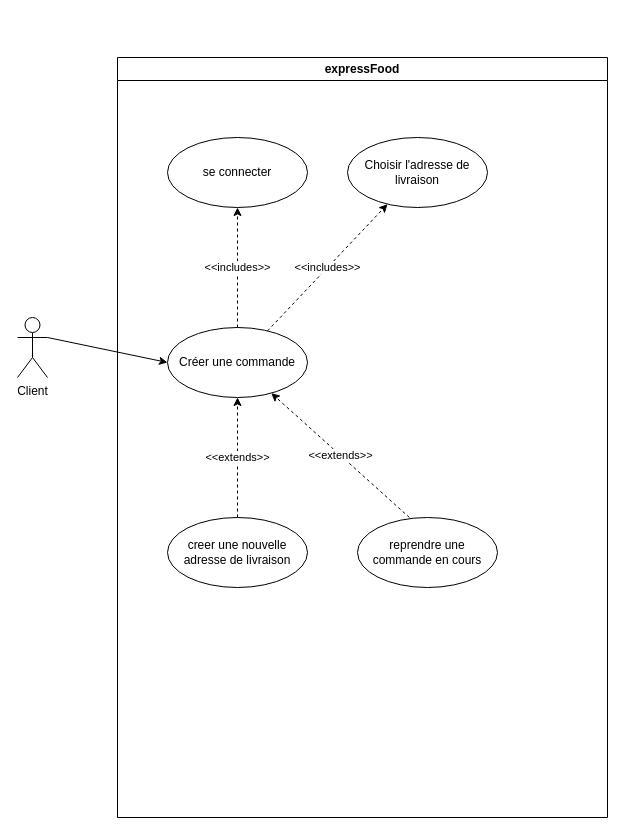
Earlier version of the draw.io diagram page "Creer une commande" (2 of 4) of main_use_case.drawio (sebastien-deren/projet_4). Source tidied: cells renumbered, new cells numbered last; positions are measured from the earlier drawing's top-left corner, leaving out a move shared by most shapes. Both pictures are drawn from the tidied source at 100%, with x=0, y=0 at pixel (17, 57).
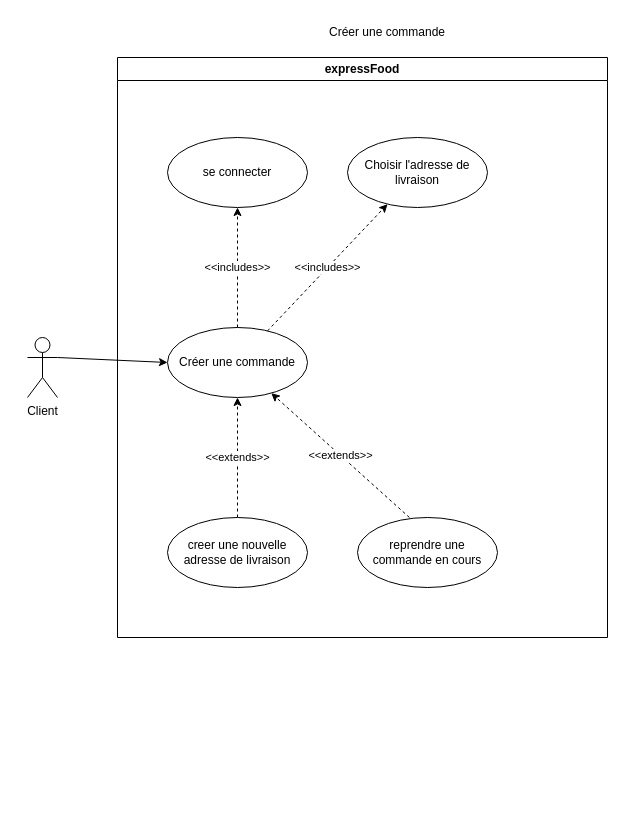
The same page after the edit.

What changed in the source:
```diff
@@
 <mxGraphModel>
   <root>
     <mxCell id="0" />
     <mxCell id="1" parent="0" />
     <mxCell id="2" value="Client" style="shape=umlActor;verticalLabelPosition=bottom;verticalAlign=top;html=1;outlineConnect=0;" parent="1" vertex="1">
-      <mxGeometry y="260" width="30" height="60" as="geometry" />
+      <mxGeometry x="10" y="280" width="30" height="60" as="geometry" />
     </mxCell>
     <mxCell id="3" value="expressFood" style="swimlane;whiteSpace=wrap;html=1;" parent="1" vertex="1">
-      <mxGeometry x="100" width="490" height="760" as="geometry" />
+      <mxGeometry x="100" width="490" height="580" as="geometry" />
     </mxCell>
     <mxCell id="4" value="se connecter" style="ellipse;whiteSpace=wrap;html=1;" parent="3" vertex="1">
       <mxGeometry x="50" y="80" width="140" height="70" as="geometry" />
     </mxCell>
     <mxCell id="5" value="&amp;lt;&amp;lt;extends&amp;gt;&amp;gt;" style="edgeStyle=orthogonalEdgeStyle;rounded=0;jettySize=auto;html=1;dashed=1;" parent="3" edge="1" source="8" target="7">
       <mxGeometry relative="1" as="geometry" />
     </mxCell>
     <mxCell id="6" value="&amp;lt;&amp;lt;extends&amp;gt;&amp;gt;" style="edgeStyle=none;rounded=0;jettySize=auto;html=1;dashed=1;exitX=0.371;exitY=0;exitDx=0;exitDy=0;exitPerimeter=0;" parent="3" edge="1" source="10" target="7">
       <mxGeometry relative="1" as="geometry" />
     </mxCell>
     <mxCell id="7" value="Créer une commande" style="ellipse;whiteSpace=wrap;html=1;" parent="3" vertex="1">
       <mxGeometry x="50" y="270" width="140" height="70" as="geometry" />
     </mxCell>
     <mxCell id="8" value="creer une nouvelle adresse de livraison" style="ellipse;whiteSpace=wrap;html=1;" parent="3" vertex="1">
       <mxGeometry x="50" y="460" width="140" height="70" as="geometry" />
     </mxCell>
     <mxCell id="9" value="&amp;lt;&amp;lt;includes&amp;gt;&amp;gt;" style="endArrow=classic;html=1;rounded=0;dashed=1;exitX=0.5;exitY=0;exitDx=0;exitDy=0;" parent="3" edge="1" source="7" target="4">
       <mxGeometry relative="1" as="geometry" />
     </mxCell>
     <mxCell id="10" value="reprendre une commande en cours" style="ellipse;whiteSpace=wrap;html=1;" parent="3" vertex="1">
       <mxGeometry x="240" y="460" width="140" height="70" as="geometry" />
     </mxCell>
     <mxCell id="11" value="Choisir l'adresse de livraison" style="ellipse;whiteSpace=wrap;html=1;" parent="3" vertex="1">
       <mxGeometry x="230" y="80" width="140" height="70" as="geometry" />
     </mxCell>
     <mxCell id="12" value="&amp;lt;&amp;lt;includes&amp;gt;&amp;gt;" style="endArrow=classic;html=1;rounded=0;dashed=1;" parent="3" edge="1" source="7" target="11">
       <mxGeometry relative="1" as="geometry" />
     </mxCell>
     <mxCell id="13" style="endArrow=classic;html=1;rounded=0;exitX=1;exitY=0.3333333333333333;exitDx=0;exitDy=0;exitPerimeter=0;entryX=0;entryY=0.5;entryDx=0;entryDy=0;" parent="1" edge="1" source="2" target="7">
       <mxGeometry relative="1" as="geometry" />
     </mxCell>
+    <mxCell id="14" value="Créer une commande" style="text;html=1;strokeColor=none;fillColor=none;align=center;verticalAlign=middle;whiteSpace=wrap;rounded=0;" parent="1" vertex="1">
+      <mxGeometry x="200" y="-40" width="340" height="30" as="geometry" />
+    </mxCell>
   </root>
 </mxGraphModel>
```
